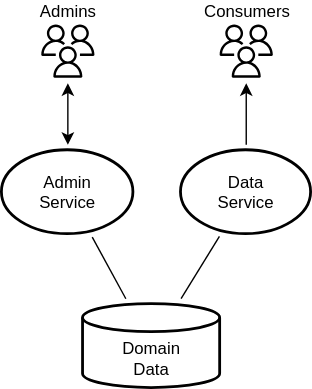
Before: _docs/services.drawio.svg, a diagram exported from draw.io (capire/xflights). Source tidied: cells renumbered, new cells last; positions are measured from the earlier drawing's top-left corner, leaving out a move shared by most shapes. The source it was exported from:
```xml
<mxGraphModel>
  <root>
    <mxCell id="0" />
    <mxCell id="1" parent="0" />
    <mxCell id="2" value="Domain &lt;br&gt;Data" style="shape=cylinder3;whiteSpace=wrap;html=1;boundedLbl=1;backgroundOutline=1;size=10;rounded=1;strokeColor=default;strokeWidth=2;align=center;verticalAlign=middle;fontFamily=Helvetica;fontSize=12;fontColor=default;fillColor=default;perimeterSpacing=4;" parent="1" vertex="1">
      <mxGeometry x="58" y="200" width="98" height="60" as="geometry" />
    </mxCell>
    <mxCell id="3" style="rounded=0;jettySize=auto;html=1;startArrow=classic;startFill=1;" parent="1" edge="1" source="4" target="6">
      <mxGeometry relative="1" as="geometry" />
    </mxCell>
    <mxCell id="4" value="Admin&lt;br&gt;Service" style="ellipse;whiteSpace=wrap;html=1;rounded=1;strokeColor=default;strokeWidth=2;align=center;verticalAlign=middle;fontFamily=Helvetica;fontSize=12;fontColor=default;labelBackgroundColor=default;fillColor=default;perimeterSpacing=4;" parent="1" vertex="1">
      <mxGeometry y="90" width="94" height="60" as="geometry" />
    </mxCell>
    <mxCell id="5" value="Data&lt;br&gt;Service" style="ellipse;whiteSpace=wrap;html=1;rounded=1;strokeColor=default;strokeWidth=2;align=center;verticalAlign=middle;fontFamily=Helvetica;fontSize=12;fontColor=default;labelBackgroundColor=default;fillColor=default;perimeterSpacing=4;" parent="1" vertex="1">
      <mxGeometry x="128" y="90" width="93" height="60" as="geometry" />
    </mxCell>
    <mxCell id="6" value="Admins" style="sketch=0;outlineConnect=0;fillColor=#000000;strokeColor=none;dashed=0;verticalLabelPosition=top;verticalAlign=bottom;align=center;html=1;fontSize=12;fontStyle=0;shape=mxgraph.aws4.users;strokeWidth=1;perimeterSpacing=4;fontFamily=Helvetica;fontColor=default;labelBackgroundColor=none;labelPosition=center;" parent="1" vertex="1">
      <mxGeometry x="28" width="38" height="38" as="geometry" />
    </mxCell>
    <mxCell id="7" value="Consumers" style="sketch=0;outlineConnect=0;fillColor=#000000;strokeColor=none;dashed=0;verticalLabelPosition=top;verticalAlign=bottom;align=center;html=1;fontSize=12;fontStyle=0;shape=mxgraph.aws4.users;strokeWidth=1;perimeterSpacing=4;fontFamily=Helvetica;fontColor=default;labelBackgroundColor=none;labelPosition=center;" parent="1" vertex="1">
      <mxGeometry x="155.5" width="38" height="38" as="geometry" />
    </mxCell>
    <mxCell id="8" style="rounded=0;jettySize=auto;html=1;" parent="1" edge="1" source="5" target="7">
      <mxGeometry relative="1" as="geometry" />
    </mxCell>
    <mxCell id="9" style="rounded=0;jettySize=auto;html=1;endArrow=none;endFill=0;" parent="1" edge="1" source="2" target="5">
      <mxGeometry relative="1" as="geometry" />
    </mxCell>
    <mxCell id="10" style="rounded=0;jettySize=auto;html=1;endArrow=none;endFill=0;" parent="1" edge="1" source="2" target="4">
      <mxGeometry relative="1" as="geometry" />
    </mxCell>
  </root>
</mxGraphModel>
```
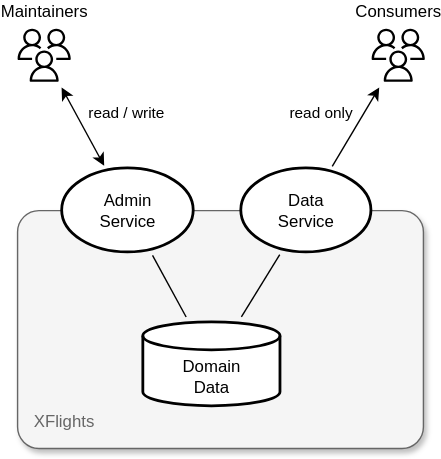
After the change.

Change to the diagram source:
```diff
@@ -2,11 +2,14 @@
   <root>
     <mxCell id="0" />
     <mxCell id="1" parent="0" />
+    <mxCell id="11" value="XFlights" style="rounded=1;whiteSpace=wrap;html=1;strokeWidth=1;perimeterSpacing=4;arcSize=9;align=left;verticalAlign=bottom;spacing=12;fontStyle=0;fillColor=#f5f5f5;strokeColor=#666666;fontColor=#666666;shadow=1;fontSize=12;" parent="1" vertex="1">
+      <mxGeometry x="-32" y="120" width="290" height="170" as="geometry" />
+    </mxCell>
     <mxCell id="2" value="Domain &lt;br&gt;Data" style="shape=cylinder3;whiteSpace=wrap;html=1;boundedLbl=1;backgroundOutline=1;size=10;rounded=1;strokeColor=default;strokeWidth=2;align=center;verticalAlign=middle;fontFamily=Helvetica;fontSize=12;fontColor=default;fillColor=default;perimeterSpacing=4;" parent="1" vertex="1">
       <mxGeometry x="58" y="200" width="98" height="60" as="geometry" />
     </mxCell>
-    <mxCell id="3" style="rounded=0;jettySize=auto;html=1;startArrow=classic;startFill=1;" parent="1" edge="1" source="4" target="6">
-      <mxGeometry relative="1" as="geometry" />
+    <mxCell id="3" value="read / write" style="rounded=0;jettySize=auto;html=1;startArrow=classic;startFill=1;align=left;spacing=11;" parent="1" edge="1" source="4" target="6">
+      <mxGeometry x="0.38" y="1" relative="1" as="geometry" />
     </mxCell>
     <mxCell id="4" value="Admin&lt;br&gt;Service" style="ellipse;whiteSpace=wrap;html=1;rounded=1;strokeColor=default;strokeWidth=2;align=center;verticalAlign=middle;fontFamily=Helvetica;fontSize=12;fontColor=default;labelBackgroundColor=default;fillColor=default;perimeterSpacing=4;" parent="1" vertex="1">
       <mxGeometry y="90" width="94" height="60" as="geometry" />
@@ -14,14 +17,14 @@
     <mxCell id="5" value="Data&lt;br&gt;Service" style="ellipse;whiteSpace=wrap;html=1;rounded=1;strokeColor=default;strokeWidth=2;align=center;verticalAlign=middle;fontFamily=Helvetica;fontSize=12;fontColor=default;labelBackgroundColor=default;fillColor=default;perimeterSpacing=4;" parent="1" vertex="1">
       <mxGeometry x="128" y="90" width="93" height="60" as="geometry" />
     </mxCell>
-    <mxCell id="6" value="Admins" style="sketch=0;outlineConnect=0;fillColor=#000000;strokeColor=none;dashed=0;verticalLabelPosition=top;verticalAlign=bottom;align=center;html=1;fontSize=12;fontStyle=0;shape=mxgraph.aws4.users;strokeWidth=1;perimeterSpacing=4;fontFamily=Helvetica;fontColor=default;labelBackgroundColor=none;labelPosition=center;" parent="1" vertex="1">
-      <mxGeometry x="28" width="38" height="38" as="geometry" />
+    <mxCell id="6" value="Maintainers" style="sketch=0;outlineConnect=0;fillColor=#000000;strokeColor=none;dashed=0;verticalLabelPosition=top;verticalAlign=bottom;align=center;html=1;fontSize=12;fontStyle=0;shape=mxgraph.aws4.users;strokeWidth=1;perimeterSpacing=4;fontFamily=Helvetica;fontColor=default;labelBackgroundColor=none;labelPosition=center;spacing=5;" parent="1" vertex="1">
+      <mxGeometry x="-32" y="-10" width="38" height="38" as="geometry" />
     </mxCell>
-    <mxCell id="7" value="Consumers" style="sketch=0;outlineConnect=0;fillColor=#000000;strokeColor=none;dashed=0;verticalLabelPosition=top;verticalAlign=bottom;align=center;html=1;fontSize=12;fontStyle=0;shape=mxgraph.aws4.users;strokeWidth=1;perimeterSpacing=4;fontFamily=Helvetica;fontColor=default;labelBackgroundColor=none;labelPosition=center;" parent="1" vertex="1">
-      <mxGeometry x="155.5" width="38" height="38" as="geometry" />
+    <mxCell id="7" value="Consumers" style="sketch=0;outlineConnect=0;fillColor=#000000;strokeColor=none;dashed=0;verticalLabelPosition=top;verticalAlign=bottom;align=center;html=1;fontSize=12;fontStyle=0;shape=mxgraph.aws4.users;strokeWidth=1;perimeterSpacing=4;fontFamily=Helvetica;fontColor=default;labelBackgroundColor=none;labelPosition=center;spacing=5;" parent="1" vertex="1">
+      <mxGeometry x="221" y="-10" width="38" height="38" as="geometry" />
     </mxCell>
-    <mxCell id="8" style="rounded=0;jettySize=auto;html=1;" parent="1" edge="1" source="5" target="7">
-      <mxGeometry relative="1" as="geometry" />
+    <mxCell id="8" value="read only" style="rounded=0;jettySize=auto;html=1;align=right;spacing=11;" parent="1" edge="1" source="5" target="7">
+      <mxGeometry x="0.4" y="-2" relative="1" as="geometry" />
     </mxCell>
     <mxCell id="9" style="rounded=0;jettySize=auto;html=1;endArrow=none;endFill=0;" parent="1" edge="1" source="2" target="5">
       <mxGeometry relative="1" as="geometry" />
```
